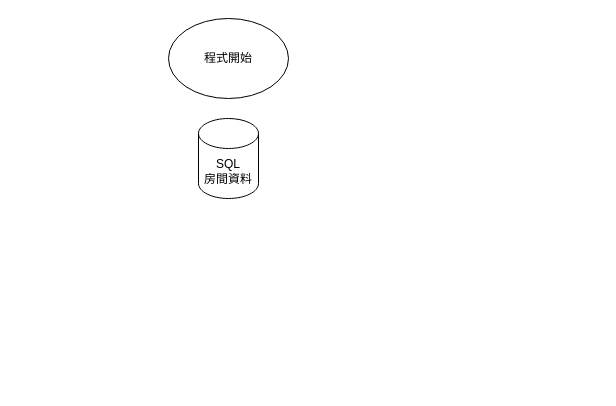
Chang-Louis-XL/draw.io keeps this draw.io diagram as hotelBooking.drawio. Above is the earlier version. Source tidied: cells renumbered, new cells numbered last; positions are measured from the earlier drawing's top-left corner, leaving out a move shared by most shapes. Both pictures are drawn from the tidied source at 100%, with x=0, y=0 at pixel (168, 18).
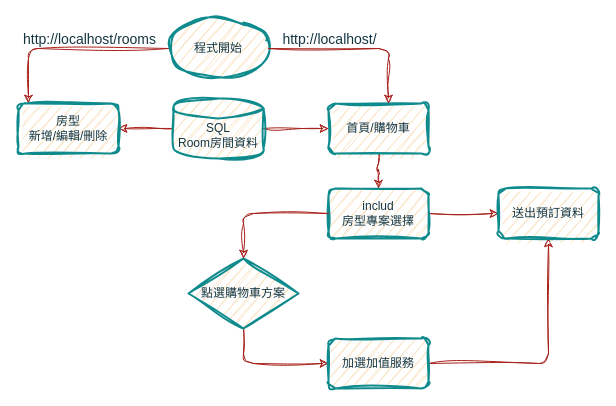
The same diagram, later.

The edit, as a diff of the source:
```diff
@@
-    <mxCell id="2" value="SQL&lt;br&gt;房間資料" style="shape=cylinder3;whiteSpace=wrap;html=1;boundedLbl=1;backgroundOutline=1;size=15;" parent="1" vertex="1">
-      <mxGeometry x="30" y="100" width="60" height="80" as="geometry" />
-    </mxCell>
+    <mxCell id="4" style="edgeStyle=orthogonalEdgeStyle;rounded=1;jettySize=auto;html=1;exitX=0;exitY=0.5;exitDx=0;exitDy=0;exitPerimeter=0;labelBackgroundColor=none;strokeColor=#A8201A;fontColor=default;sketch=1;curveFitting=1;jiggle=2;" parent="1" edge="1" source="3" target="9">
+      <mxGeometry relative="1" as="geometry">
+        <Array as="points">
+          <mxPoint x="-140" y="30" />
+        </Array>
+      </mxGeometry>
+    </mxCell>
+    <mxCell id="5" value="&lt;font style=&quot;font-size: 14px;&quot;&gt;http://localhost/rooms&lt;/font&gt;" style="edgeLabel;html=1;align=center;verticalAlign=middle;labelBackgroundColor=none;fontColor=#143642;rounded=1;sketch=1;curveFitting=1;jiggle=2;" parent="4" vertex="1">
+      <mxGeometry x="-0.46" y="-2" relative="1" as="geometry">
+        <mxPoint x="-27" y="-8" as="offset" />
+      </mxGeometry>
+    </mxCell>
-    <mxCell id="3" value="程式開始" style="ellipse;whiteSpace=wrap;html=1;" parent="1" vertex="1">
-      <mxGeometry width="120" height="80" as="geometry" />
+    <mxCell id="3" value="程式開始" style="strokeWidth=2;html=1;shape=mxgraph.flowchart.start_1;whiteSpace=wrap;labelBackgroundColor=none;fillColor=#FAE5C7;strokeColor=#0F8B8D;fontColor=#143642;rounded=1;sketch=1;curveFitting=1;jiggle=2;" parent="1" vertex="1">
+      <mxGeometry width="100" height="60" as="geometry" />
     </mxCell>
+    <mxCell id="6" style="edgeStyle=orthogonalEdgeStyle;rounded=1;jettySize=auto;html=1;exitX=1;exitY=0.5;exitDx=0;exitDy=0;exitPerimeter=0;entryX=0;entryY=0.5;entryDx=0;entryDy=0;labelBackgroundColor=none;strokeColor=#A8201A;fontColor=default;sketch=1;curveFitting=1;jiggle=2;" parent="1" edge="1" source="8" target="11">
+      <mxGeometry relative="1" as="geometry" />
+    </mxCell>
+    <mxCell id="7" style="edgeStyle=orthogonalEdgeStyle;rounded=1;jettySize=auto;html=1;labelBackgroundColor=none;strokeColor=#A8201A;fontColor=default;sketch=1;curveFitting=1;jiggle=2;" parent="1" edge="1" source="8" target="9">
+      <mxGeometry relative="1" as="geometry" />
+    </mxCell>
+    <mxCell id="8" value="&lt;div&gt;&lt;br&gt;&lt;/div&gt;SQL&lt;br&gt;Room房間資料" style="strokeWidth=2;html=1;shape=mxgraph.flowchart.database;whiteSpace=wrap;labelBackgroundColor=none;fillColor=#FAE5C7;strokeColor=#0F8B8D;fontColor=#143642;rounded=1;sketch=1;curveFitting=1;jiggle=2;" parent="1" vertex="1">
+      <mxGeometry x="5" y="80" width="90" height="60" as="geometry" />
+    </mxCell>
+    <mxCell id="9" value="房型&lt;div&gt;新增/編輯/刪除&lt;/div&gt;" style="rounded=1;whiteSpace=wrap;html=1;absoluteArcSize=1;arcSize=14;strokeWidth=2;labelBackgroundColor=none;fillColor=#FAE5C7;strokeColor=#0F8B8D;fontColor=#143642;sketch=1;curveFitting=1;jiggle=2;" parent="1" vertex="1">
+      <mxGeometry x="-150" y="85" width="100" height="50" as="geometry" />
+    </mxCell>
+    <mxCell id="10" style="edgeStyle=orthogonalEdgeStyle;rounded=1;jettySize=auto;html=1;exitX=0.5;exitY=1;exitDx=0;exitDy=0;labelBackgroundColor=none;strokeColor=#A8201A;fontColor=default;sketch=1;curveFitting=1;jiggle=2;" parent="1" edge="1" source="11" target="17">
+      <mxGeometry relative="1" as="geometry" />
+    </mxCell>
+    <mxCell id="11" value="首頁/購物車" style="rounded=1;whiteSpace=wrap;html=1;absoluteArcSize=1;arcSize=14;strokeWidth=2;labelBackgroundColor=none;fillColor=#FAE5C7;strokeColor=#0F8B8D;fontColor=#143642;sketch=1;curveFitting=1;jiggle=2;" parent="1" vertex="1">
+      <mxGeometry x="160" y="85" width="100" height="50" as="geometry" />
+    </mxCell>
+    <mxCell id="12" style="edgeStyle=orthogonalEdgeStyle;rounded=1;jettySize=auto;html=1;exitX=1;exitY=0.5;exitDx=0;exitDy=0;exitPerimeter=0;labelBackgroundColor=none;strokeColor=#A8201A;fontColor=default;sketch=1;curveFitting=1;jiggle=2;" parent="1" edge="1" source="3" target="11">
+      <mxGeometry relative="1" as="geometry">
+        <Array as="points">
+          <mxPoint x="220" y="30" />
+        </Array>
+      </mxGeometry>
+    </mxCell>
+    <mxCell id="13" value="&lt;font style=&quot;font-size: 14px;&quot;&gt;http://localhost/&lt;/font&gt;" style="edgeLabel;html=1;align=center;verticalAlign=middle;labelBackgroundColor=none;fontColor=#143642;rounded=1;sketch=1;curveFitting=1;jiggle=2;" parent="12" vertex="1">
+      <mxGeometry x="-0.35" y="1" relative="1" as="geometry">
+        <mxPoint x="3" y="-9" as="offset" />
+      </mxGeometry>
+    </mxCell>
+    <mxCell id="14" style="edgeStyle=orthogonalEdgeStyle;rounded=1;jettySize=auto;html=1;exitX=0.5;exitY=1;exitDx=0;exitDy=0;exitPerimeter=0;entryX=0;entryY=0.5;entryDx=0;entryDy=0;strokeColor=#A8201A;fontColor=#143642;fillColor=#FAE5C7;sketch=1;curveFitting=1;jiggle=2;" parent="1" edge="1" source="15" target="19">
+      <mxGeometry relative="1" as="geometry" />
+    </mxCell>
+    <mxCell id="15" value="點選購物車方案" style="strokeWidth=2;html=1;shape=mxgraph.flowchart.decision;whiteSpace=wrap;labelBackgroundColor=none;fillColor=#FAE5C7;strokeColor=#0F8B8D;fontColor=#143642;rounded=1;sketch=1;curveFitting=1;jiggle=2;" parent="1" vertex="1">
+      <mxGeometry x="20" y="240" width="110" height="70" as="geometry" />
+    </mxCell>
+    <mxCell id="16" style="edgeStyle=orthogonalEdgeStyle;rounded=1;jettySize=auto;html=1;exitX=1;exitY=0.5;exitDx=0;exitDy=0;strokeColor=#A8201A;fontColor=#143642;fillColor=#FAE5C7;sketch=1;curveFitting=1;jiggle=2;" parent="1" edge="1" source="17" target="20">
+      <mxGeometry relative="1" as="geometry" />
+    </mxCell>
+    <mxCell id="17" value="includ&lt;br&gt;房型專案選擇" style="rounded=1;whiteSpace=wrap;html=1;absoluteArcSize=1;arcSize=14;strokeWidth=2;labelBackgroundColor=none;fillColor=#FAE5C7;strokeColor=#0F8B8D;fontColor=#143642;sketch=1;curveFitting=1;jiggle=2;" parent="1" vertex="1">
+      <mxGeometry x="160" y="170" width="100" height="50" as="geometry" />
+    </mxCell>
+    <mxCell id="18" style="edgeStyle=orthogonalEdgeStyle;rounded=1;jettySize=auto;html=1;exitX=1;exitY=0.5;exitDx=0;exitDy=0;strokeColor=#A8201A;fontColor=#143642;fillColor=#FAE5C7;sketch=1;curveFitting=1;jiggle=2;" parent="1" edge="1" source="19" target="20">
+      <mxGeometry relative="1" as="geometry" />
+    </mxCell>
+    <mxCell id="19" value="加選加值服務" style="rounded=1;whiteSpace=wrap;html=1;absoluteArcSize=1;arcSize=14;strokeWidth=2;labelBackgroundColor=none;fillColor=#FAE5C7;strokeColor=#0F8B8D;fontColor=#143642;sketch=1;curveFitting=1;jiggle=2;" parent="1" vertex="1">
+      <mxGeometry x="160" y="320" width="100" height="50" as="geometry" />
+    </mxCell>
+    <mxCell id="20" value="送出預訂資料" style="rounded=1;whiteSpace=wrap;html=1;absoluteArcSize=1;arcSize=14;strokeWidth=2;labelBackgroundColor=none;fillColor=#FAE5C7;strokeColor=#0F8B8D;fontColor=#143642;sketch=1;curveFitting=1;jiggle=2;" parent="1" vertex="1">
+      <mxGeometry x="330" y="170" width="100" height="50" as="geometry" />
+    </mxCell>
+    <mxCell id="21" style="edgeStyle=orthogonalEdgeStyle;rounded=1;orthogonalLoop=1;jettySize=auto;html=1;exitX=0.5;exitY=1;exitDx=0;exitDy=0;labelBackgroundColor=none;strokeColor=#A8201A;fontColor=default;sketch=1;curveFitting=1;jiggle=2;" parent="1" edge="1" source="20" target="20">
+      <mxGeometry relative="1" as="geometry" />
+    </mxCell>
+    <mxCell id="22" style="edgeStyle=orthogonalEdgeStyle;rounded=1;jettySize=auto;html=1;exitX=0;exitY=0.5;exitDx=0;exitDy=0;entryX=0.5;entryY=0;entryDx=0;entryDy=0;entryPerimeter=0;strokeColor=#A8201A;fontColor=#143642;fillColor=#FAE5C7;sketch=1;curveFitting=1;jiggle=2;" parent="1" edge="1" source="17" target="15">
+      <mxGeometry relative="1" as="geometry" />
+    </mxCell>
```
